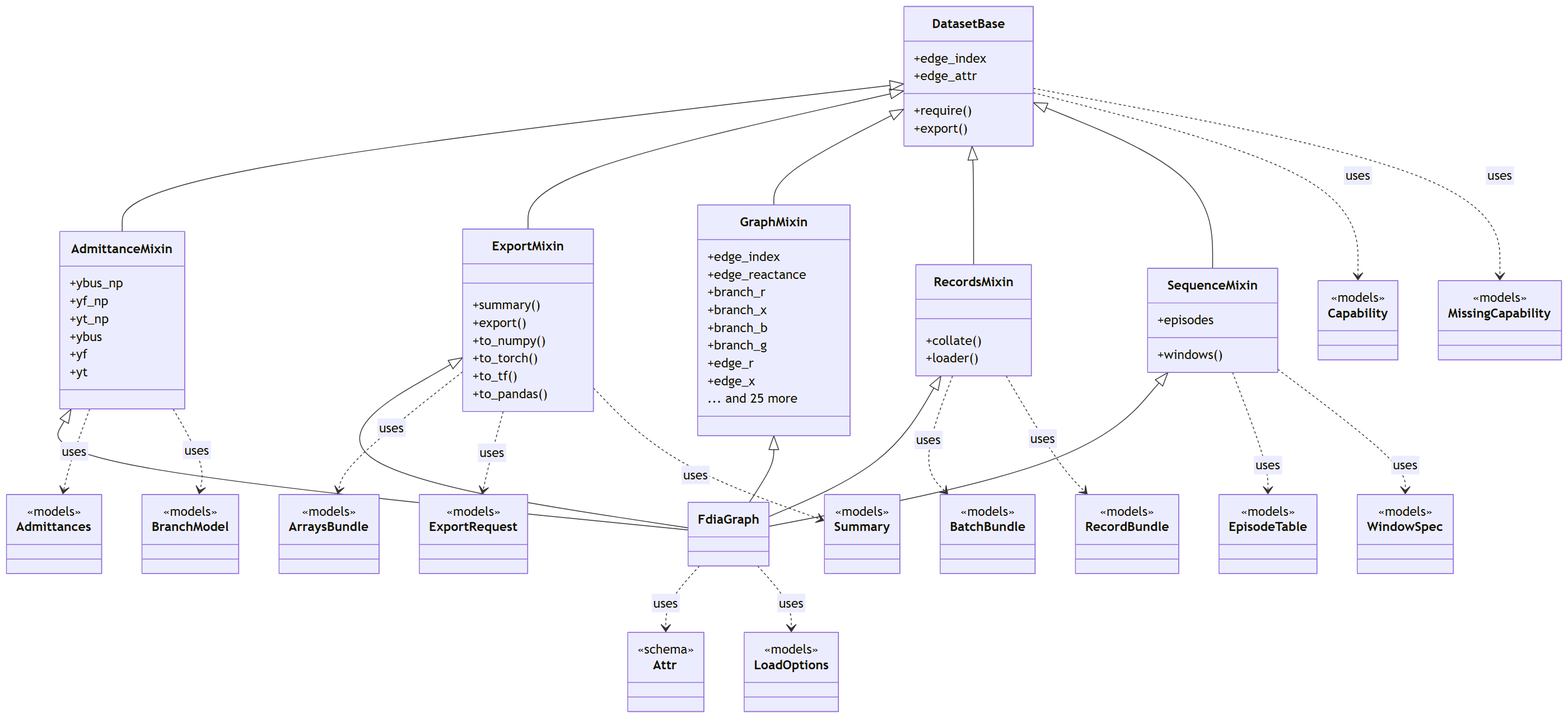
Earlier version of the Mermaid export docs/figures/diagrams/classes_dataset.png (myersben9/fdia-graph). Its source is kept beside it as docs/figures/diagrams/classes_dataset.mmd.
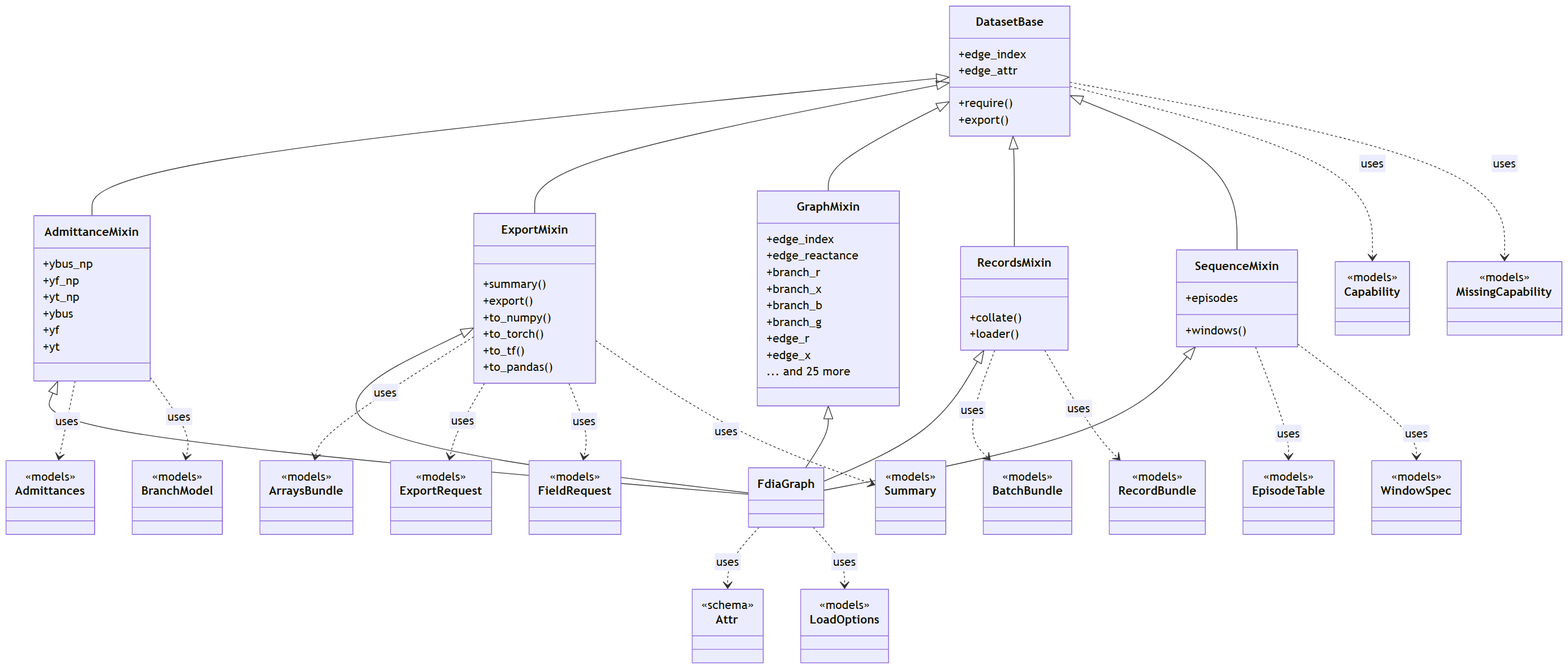
After the commit.

Change to the diagram source:
```diff
@@ -66,6 +66,9 @@
     class ExportRequest {
         <<models>>
     }
+    class FieldRequest {
+        <<models>>
+    }
     class LoadOptions {
         <<models>>
     }
@@ -97,6 +100,7 @@
     DatasetBase ..> MissingCapability : uses
     ExportMixin ..> ArraysBundle : uses
     ExportMixin ..> ExportRequest : uses
+    ExportMixin ..> FieldRequest : uses
     ExportMixin ..> Summary : uses
     FdiaGraph ..> Attr : uses
     FdiaGraph ..> LoadOptions : uses
```
